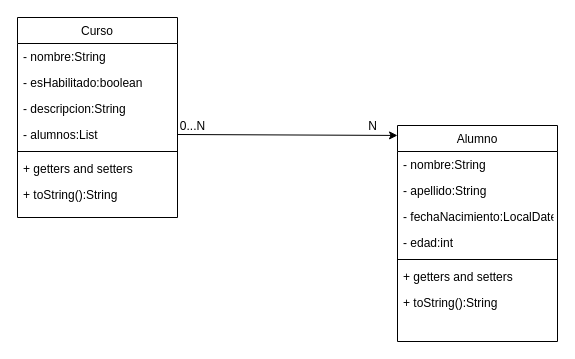
The draw.io diagram src/poo/practico03/iniciado/diagramas/ejercicio2.drawio in pablogiordanog/informatorio2024-java-a, before the edit. Source tidied: cells renumbered, new cells numbered last; positions are measured from the earlier drawing's top-left corner, leaving out a move shared by most shapes. Both pictures are drawn from the tidied source at 100%, with x=0, y=0 at pixel (17, 17).
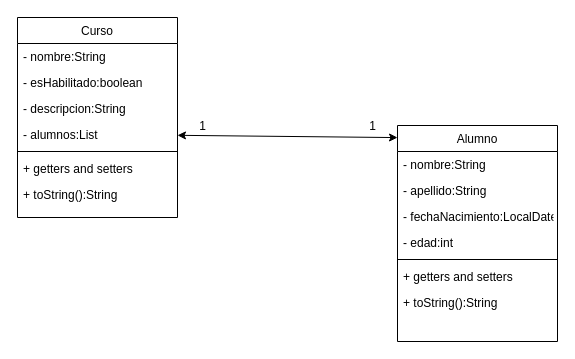
After the change.

Commit message (it also covers changes not shown here):
Fin de Ejercicio 1 de Nivel Padawan

The change refers to these unchanged cells:
```xml
<mxCell id="6" value="- alumnos:List" style="text;align=left;verticalAlign=top;spacingLeft=4;spacingRight=4;overflow=hidden;points=[[0,0.5],[1,0.5]];portConstraint=eastwest;rounded=0;shadow=0;html=0;" parent="2" vertex="1">
  <mxGeometry y="104" width="160" height="26" as="geometry" />
</mxCell>
<mxCell id="10" value="Alumno" style="swimlane;fontStyle=0;align=center;verticalAlign=top;horizontal=1;startSize=26;rounded=0;shadow=0;strokeWidth=1;" parent="1" vertex="1">
  <mxGeometry x="380" y="108" width="160" height="216" as="geometry" />
</mxCell>
```

Diff of the diagram source:
```diff
@@
-    <mxCell id="18" style="endArrow=classic;html=1;rounded=0;entryX=0;entryY=0.046;entryDx=0;entryDy=0;entryPerimeter=0;exitX=1;exitY=0.5;exitDx=0;exitDy=0;" parent="1" edge="1" source="6" target="10">
-      <mxGeometry relative="1" as="geometry" />
-    </mxCell>
-    <mxCell id="19" value="0...N" style="text;html=1;align=center;verticalAlign=middle;strokeColor=none;fillColor=none;" parent="1" vertex="1">
-      <mxGeometry x="150" y="94" width="50" height="30" as="geometry" />
+    <mxCell id="19" value="1" style="text;html=1;align=center;verticalAlign=middle;strokeColor=none;fillColor=none;" parent="1" vertex="1">
+      <mxGeometry x="170" y="94" width="30" height="30" as="geometry" />
     </mxCell>
-    <mxCell id="20" value="N" style="text;html=1;align=center;verticalAlign=middle;strokeColor=none;fillColor=none;" parent="1" vertex="1">
+    <mxCell id="20" value="1" style="text;html=1;align=center;verticalAlign=middle;strokeColor=none;fillColor=none;" parent="1" vertex="1">
       <mxGeometry x="340" y="94" width="30" height="30" as="geometry" />
     </mxCell>
+    <mxCell id="18" style="endArrow=classic;startArrow=classic;html=1;rounded=0;entryX=0;entryY=0.056;entryDx=0;entryDy=0;entryPerimeter=0;" parent="1" edge="1" source="6" target="10">
+      <mxGeometry relative="1" as="geometry" />
+    </mxCell>
```
